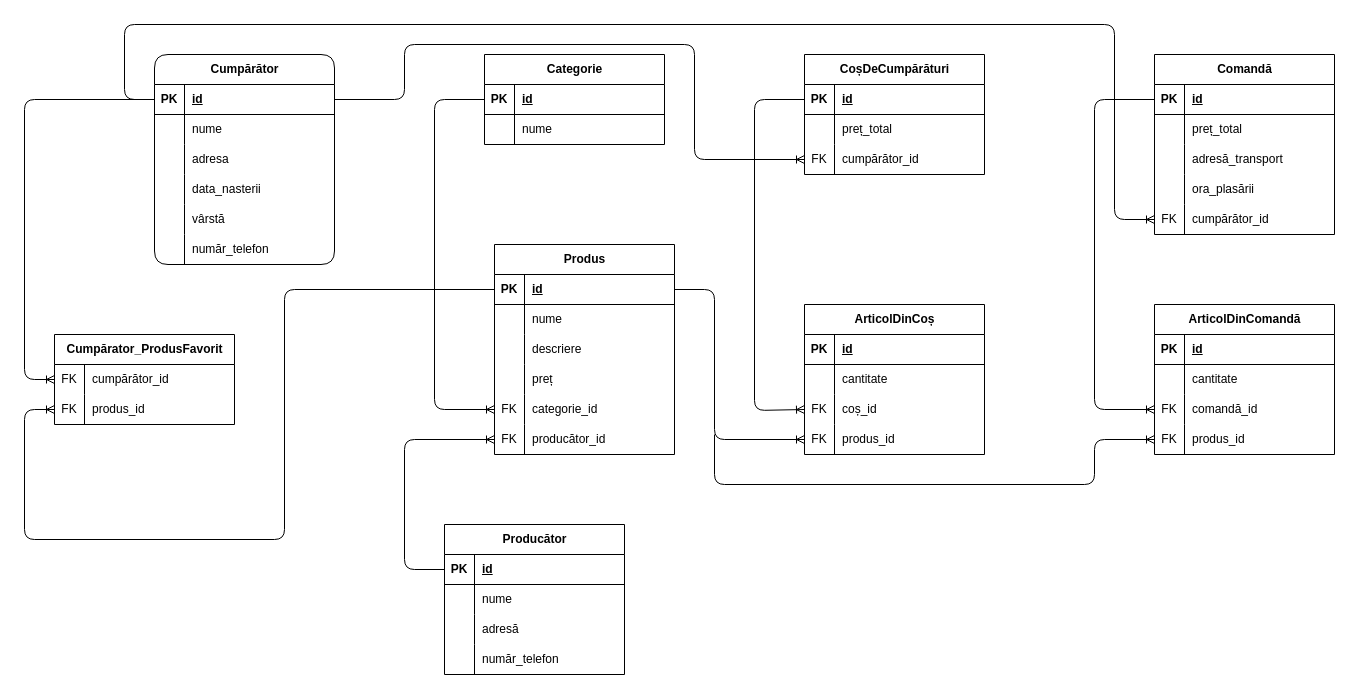
Before: page "database logic model - nenorm" (7 of 9) of use_case_diagram.drawio in ErikaRusznak/piazza-ecommerce, a draw.io diagram. Source tidied: cells renumbered, new cells numbered last; positions are measured from the earlier drawing's top-left corner, leaving out a move shared by most shapes. Both pictures are drawn from the tidied source at 100%, with x=0, y=0 at pixel (24, 24).
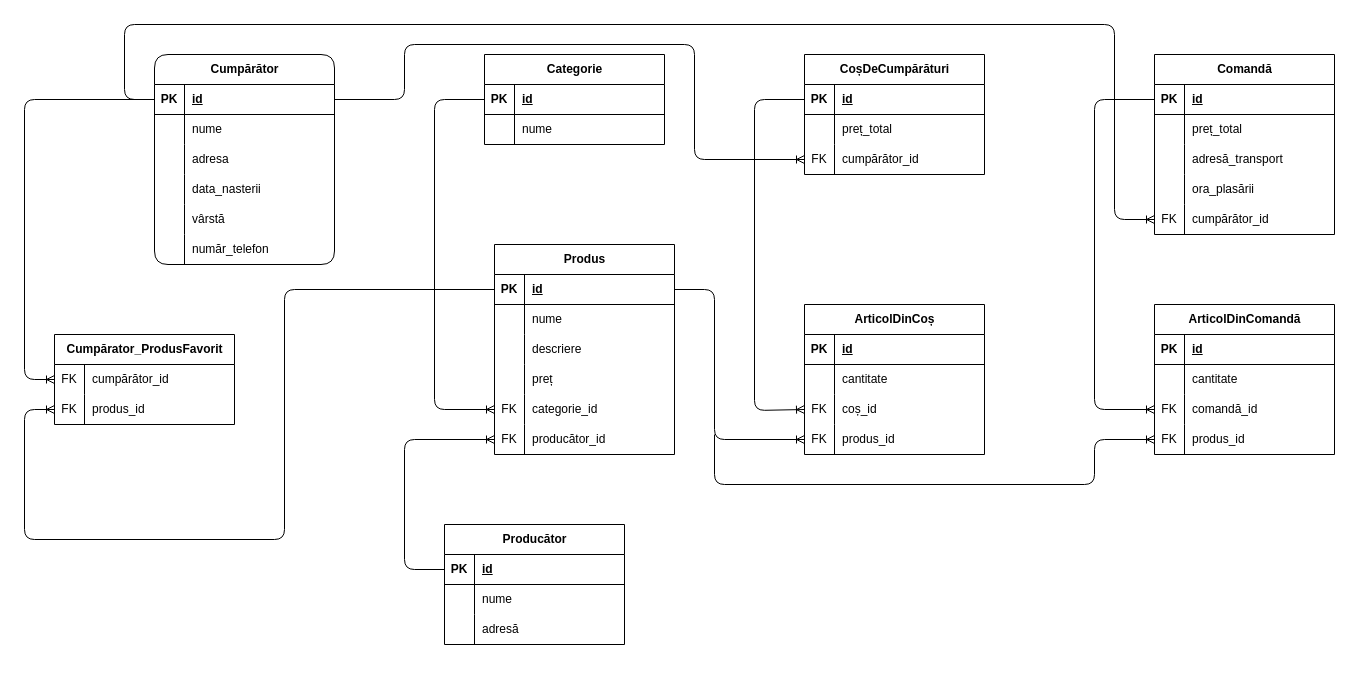
The same page after the edit.

What changed in the source:
```diff
@@
     <mxCell id="47" value="Producător" style="shape=table;startSize=30;childLayout=tableLayout;rowLines=0;fontStyle=1;align=center;html=1;" parent="1" vertex="1">
-      <mxGeometry x="420" y="500" width="180" height="150" as="geometry" />
+      <mxGeometry x="420" y="500" width="180" height="120" as="geometry" />
     </mxCell>
@@
-    <mxCell id="57" style="shape=tableRow;horizontal=0;startSize=0;swimlaneHead=0;swimlaneBody=0;fillColor=none;top=0;left=0;right=0;bottom=0;" parent="47" vertex="1">
-      <mxGeometry y="120" width="180" height="30" as="geometry" />
-    </mxCell>
-    <mxCell id="58" style="shape=partialRectangle;fillColor=none;top=0;left=0;bottom=0;right=0;overflow=hidden;whiteSpace=wrap;html=1;" parent="57" vertex="1">
-      <mxGeometry width="30" height="30" as="geometry" />
-    </mxCell>
-    <mxCell id="59" value="număr_telefon" style="shape=partialRectangle;fillColor=none;top=0;left=0;bottom=0;right=0;align=left;spacingLeft=6;overflow=hidden;whiteSpace=wrap;html=1;" parent="57" vertex="1">
-      <mxGeometry x="30" width="150" height="30" as="geometry" />
-    </mxCell>
```
